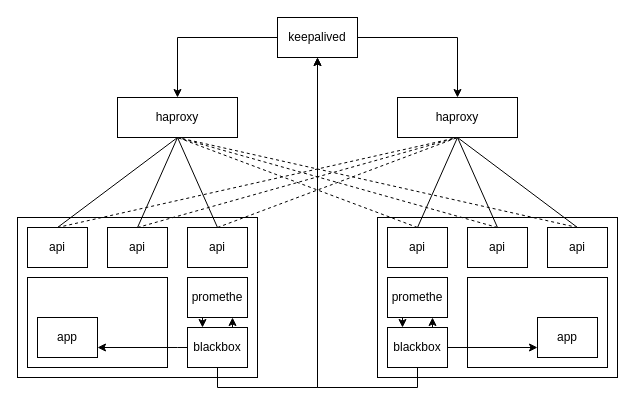
This is warehouse-loadbalancer.drawio from Tikimim/drawio, a draw.io file, before an edit. Source tidied: cells renumbered, new cells numbered last; positions are measured from the earlier drawing's top-left corner, leaving out a move shared by most shapes. Both pictures are drawn from the tidied source at 100%, with x=0, y=0 at pixel (17, 17).
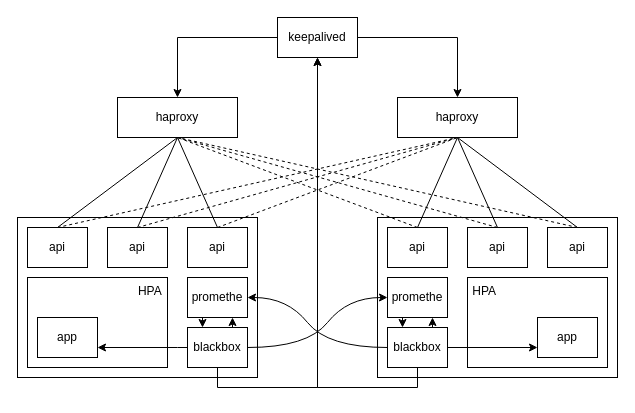
The same page after the edit.

The change refers to these unchanged cells:
```xml
<mxCell id="29" value="blackbox" style="rounded=0;whiteSpace=wrap;html=1;" parent="1" vertex="1">
  <mxGeometry x="170" y="310" width="60" height="40" as="geometry" />
</mxCell>
<mxCell id="32" value="blackbox" style="rounded=0;whiteSpace=wrap;html=1;" parent="1" vertex="1">
  <mxGeometry x="370" y="310" width="60" height="40" as="geometry" />
</mxCell>
<mxCell id="37" value="promethe" style="rounded=0;whiteSpace=wrap;html=1;" parent="1" vertex="1">
  <mxGeometry x="370" y="260" width="60" height="40" as="geometry" />
</mxCell>
<mxCell id="39" value="promethe" style="rounded=0;whiteSpace=wrap;html=1;" parent="1" vertex="1">
  <mxGeometry x="170" y="260" width="60" height="40" as="geometry" />
</mxCell>
```

Diff of the diagram source:
```diff
@@
-    <mxCell id="33" style="rounded=0;whiteSpace=wrap;html=1;" parent="1" vertex="1">
+    <mxCell id="33" value="&amp;nbsp;HPA" style="rounded=0;whiteSpace=wrap;html=1;align=left;verticalAlign=top;" parent="1" vertex="1">
       <mxGeometry x="450" y="260" width="140" height="90" as="geometry" />
     </mxCell>
@@
-    <mxCell id="40" style="rounded=0;whiteSpace=wrap;html=1;" parent="1" vertex="1">
+    <mxCell id="40" value="&lt;div align=&quot;right&quot;&gt;HPA&amp;nbsp; &lt;/div&gt;" style="rounded=0;whiteSpace=wrap;html=1;align=right;verticalAlign=top;" parent="1" vertex="1">
       <mxGeometry x="10" y="260" width="140" height="90" as="geometry" />
     </mxCell>
@@
+    <mxCell id="43" style="curved=1;endArrow=classic;html=1;rounded=0;shadow=0;sketch=0;jumpSize=6;entryX=0;entryY=0.5;entryDx=0;entryDy=0;exitX=1;exitY=0.5;exitDx=0;exitDy=0;" parent="1" edge="1" source="29" target="37">
+      <mxGeometry relative="1" as="geometry">
+        <Array as="points">
+          <mxPoint x="290" y="330" />
+          <mxPoint x="330" y="280" />
+        </Array>
+      </mxGeometry>
+    </mxCell>
+    <mxCell id="44" style="curved=1;endArrow=classic;html=1;rounded=0;shadow=0;sketch=0;jumpSize=6;entryX=1;entryY=0.5;entryDx=0;entryDy=0;exitX=0;exitY=0.5;exitDx=0;exitDy=0;" parent="1" edge="1" source="32" target="39">
+      <mxGeometry relative="1" as="geometry">
+        <Array as="points">
+          <mxPoint x="310" y="330" />
+          <mxPoint x="270" y="280" />
+        </Array>
+      </mxGeometry>
+    </mxCell>
```
